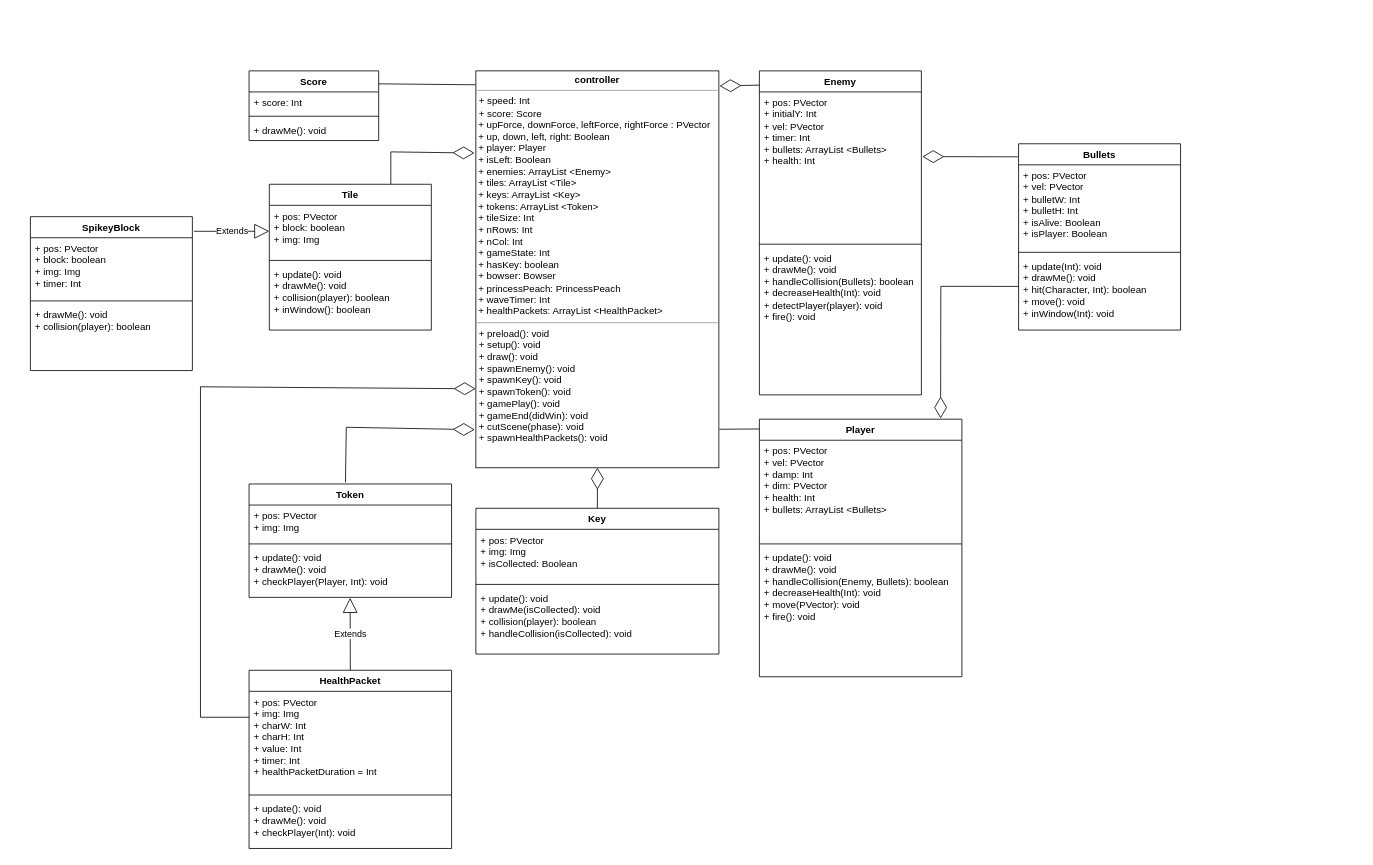
The draw.io diagram Untitled Diagram.drawio in harjotsk03/wireframeTest, before the edit. Source tidied: cells renumbered, new cells numbered last; positions are measured from the earlier drawing's top-left corner, leaving out a move shared by most shapes. Both pictures are drawn from the tidied source at 81%, with x=0, y=0 at pixel (30, 70).
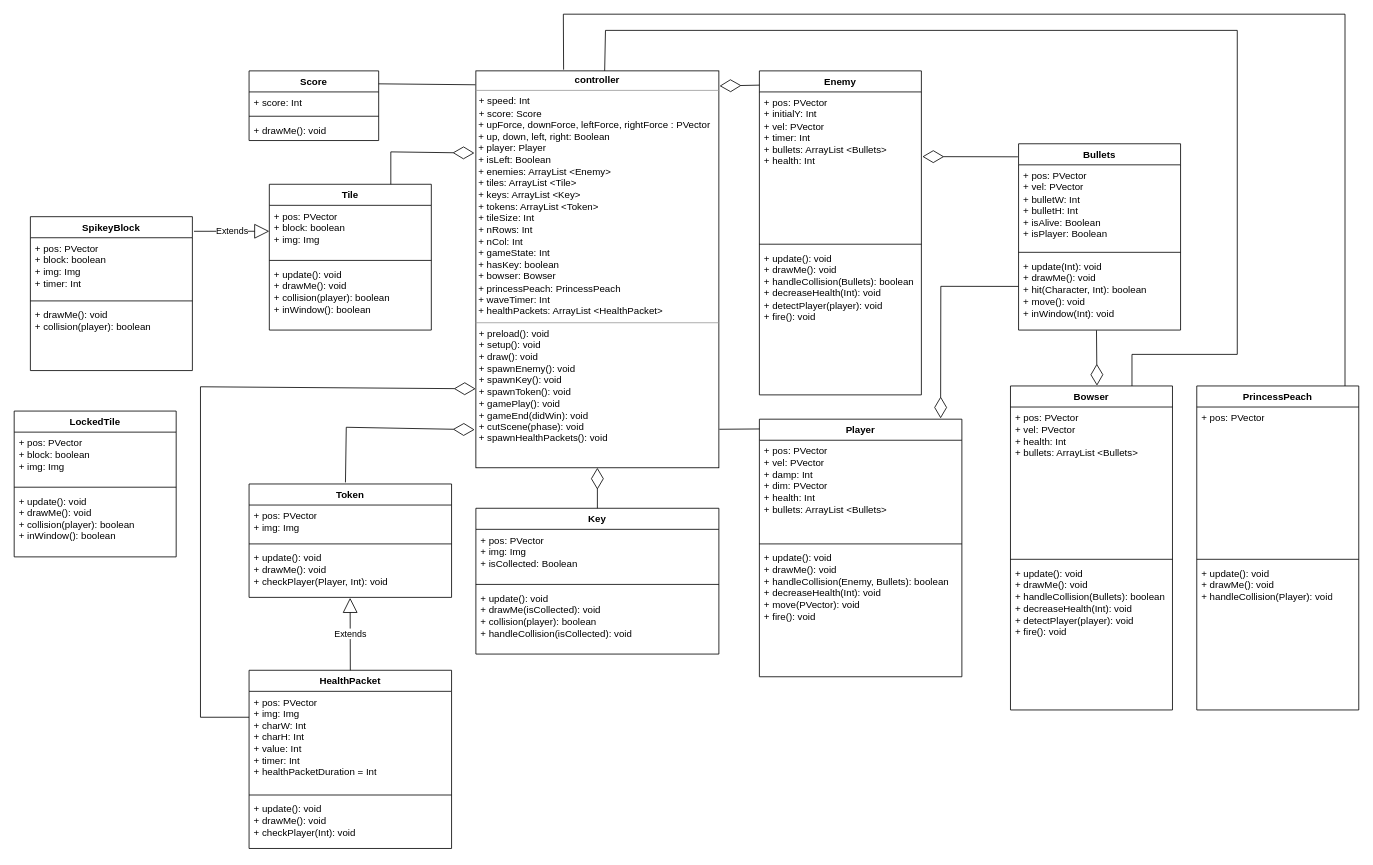
After the change.

Commit message:
First Finished Draft UML Game Two

Unchanged cells that the change refers to:
```xml
<mxCell id="2" value="&lt;p style=&quot;margin:0px;margin-top:4px;text-align:center;&quot;&gt;&lt;b&gt;controller&lt;/b&gt;&lt;/p&gt;&lt;hr size=&quot;1&quot;&gt;&lt;p style=&quot;margin:0px;margin-left:4px;&quot;&gt;+ speed: Int&lt;br&gt;+ score: Score&lt;/p&gt;&amp;nbsp;+ upForce, downForce, leftForce, rightForce : PVector&lt;div&gt;&amp;nbsp;+ up, down, left, right: Boolean&lt;/div&gt;&lt;div&gt;&amp;nbsp;+ player: Player&lt;/div&gt;&lt;div&gt;&amp;nbsp;+ isLeft: Boolean&lt;/div&gt;&lt;div&gt;&amp;nbsp;&lt;span style=&quot;background-color: initial;&quot;&gt;+ enemies: ArrayList &amp;lt;Enemy&amp;gt;&lt;/span&gt;&lt;/div&gt;&lt;div&gt;&amp;nbsp;+ tiles: ArrayList &amp;lt;Tile&amp;gt;&lt;span style=&quot;background-color: initial;&quot;&gt;&lt;br&gt;&lt;/span&gt;&lt;/div&gt;&lt;div&gt;&amp;nbsp;+ keys: ArrayList &amp;lt;Key&amp;gt;&lt;br&gt;&lt;/div&gt;&lt;div&gt;&amp;nbsp;+ tokens: ArrayList &amp;lt;Token&amp;gt;&lt;/div&gt;&lt;div&gt;&amp;nbsp;+ tileSize: Int&lt;br&gt;&lt;/div&gt;&lt;div&gt;&amp;nbsp;+ nRows: Int&lt;/div&gt;&lt;div&gt;&amp;nbsp;+ nCol: Int&lt;/div&gt;&lt;div&gt;&amp;nbsp;+ gameState: Int&lt;/div&gt;&lt;div&gt;&amp;nbsp;+ hasKey: boolean&lt;/div&gt;&lt;div&gt;&amp;nbsp;+ bowser: Bowser&lt;/div&gt;&lt;div&gt;&amp;nbsp;+ princessPeach: PrincessPeach&lt;/div&gt;&lt;div&gt;&amp;nbsp;+ waveTimer: Int&lt;/div&gt;&lt;div&gt;&amp;nbsp;+ healthPackets: ArrayList &amp;lt;HealthPacket&amp;gt;&lt;/div&gt;&lt;div&gt;&lt;hr size=&quot;1&quot;&gt;&lt;p style=&quot;margin:0px;margin-left:4px;&quot;&gt;+ preload(): void&lt;/p&gt;&lt;p style=&quot;margin:0px;margin-left:4px;&quot;&gt;+ setup(): void&lt;/p&gt;&lt;p style=&quot;margin:0px;margin-left:4px;&quot;&gt;+ draw(): void&lt;/p&gt;&lt;p style=&quot;margin:0px;margin-left:4px;&quot;&gt;+ spawnEnemy(): void&lt;/p&gt;&lt;p style=&quot;margin:0px;margin-left:4px;&quot;&gt;+ spawnKey(): void&lt;/p&gt;&lt;p style=&quot;margin:0px;margin-left:4px;&quot;&gt;+ spawnToken(): void&lt;/p&gt;&lt;p style=&quot;margin:0px;margin-left:4px;&quot;&gt;+ gamePlay(): void&lt;/p&gt;&lt;p style=&quot;margin:0px;margin-left:4px;&quot;&gt;+ gameEnd(didWin): void&lt;/p&gt;&lt;p style=&quot;margin:0px;margin-left:4px;&quot;&gt;+ cutScene(phase): void&lt;/p&gt;&lt;p style=&quot;margin:0px;margin-left:4px;&quot;&gt;+ spawnHealthPackets(): void&lt;/p&gt;&lt;/div&gt;" style="verticalAlign=top;align=left;overflow=fill;fontSize=12;fontFamily=Helvetica;html=1;rounded=0;shadow=0;comic=0;labelBackgroundColor=none;strokeWidth=1;" parent="1" vertex="1">
  <mxGeometry x="550" width="300" height="490" as="geometry" />
</mxCell>
<mxCell id="41" value="+ update(Int): void&lt;div&gt;+ drawMe(): void&lt;/div&gt;&lt;div&gt;+ hit(Character, Int): boolean&lt;/div&gt;&lt;div&gt;+ move(): void&lt;/div&gt;&lt;div&gt;+ inWindow(Int): void&lt;/div&gt;" style="text;strokeColor=none;fillColor=none;align=left;verticalAlign=top;spacingLeft=4;spacingRight=4;overflow=hidden;points=[[0,0.5],[1,0.5]];portConstraint=eastwest;whiteSpace=wrap;html=1;" parent="38" vertex="1">
  <mxGeometry y="138" width="200" height="92" as="geometry" />
</mxCell>
```

The edit, as a diff of the source:
```diff
@@
+    <mxCell id="50" value="Bowser" style="swimlane;fontStyle=1;align=center;verticalAlign=top;horizontal=1;startSize=26;whiteSpace=wrap;html=1;" parent="1" vertex="1">
+      <mxGeometry x="1210" y="389" width="200" height="400" as="geometry" />
+    </mxCell>
+    <mxCell id="51" value="+ pos: PVector&lt;div&gt;&lt;span style=&quot;background-color: initial;&quot;&gt;+ vel: PVector&lt;/span&gt;&lt;br&gt;&lt;/div&gt;&lt;div&gt;&lt;span style=&quot;background-color: initial;&quot;&gt;+ health: Int&lt;/span&gt;&lt;br&gt;&lt;/div&gt;&lt;div&gt;&lt;span style=&quot;background-color: initial;&quot;&gt;+ bullets: ArrayList &amp;lt;Bullets&amp;gt;&lt;/span&gt;&lt;/div&gt;" style="text;strokeColor=none;fillColor=none;align=left;verticalAlign=top;spacingLeft=4;spacingRight=4;overflow=hidden;whiteSpace=wrap;html=1;" parent="50" vertex="1">
+      <mxGeometry y="26" width="200" height="184" as="geometry" />
+    </mxCell>
+    <mxCell id="52" style="line;strokeWidth=1;fillColor=none;align=left;verticalAlign=middle;spacingTop=-1;spacingLeft=3;spacingRight=3;labelPosition=right;strokeColor=inherit;" parent="50" vertex="1">
+      <mxGeometry y="210" width="200" height="8" as="geometry" />
+    </mxCell>
+    <mxCell id="53" value="+ update(): void&lt;div&gt;+ drawMe(): void&lt;/div&gt;&lt;div&gt;+ handleCollision(Bullets): boolean&lt;/div&gt;&lt;div&gt;+ decreaseHealth(Int): void&lt;/div&gt;&lt;div&gt;+ detectPlayer(player): void&lt;/div&gt;&lt;div&gt;+ fire(): void&lt;/div&gt;" style="text;strokeColor=none;fillColor=none;align=left;verticalAlign=top;spacingLeft=4;spacingRight=4;overflow=hidden;whiteSpace=wrap;html=1;" parent="50" vertex="1">
+      <mxGeometry y="218" width="200" height="182" as="geometry" />
+    </mxCell>
+    <mxCell id="54" value="PrincessPeach" style="swimlane;fontStyle=1;align=center;verticalAlign=top;horizontal=1;startSize=26;whiteSpace=wrap;html=1;" parent="1" vertex="1">
+      <mxGeometry x="1440" y="389" width="200" height="400" as="geometry" />
+    </mxCell>
+    <mxCell id="55" value="+ pos: PVector&lt;div&gt;&lt;br&gt;&lt;/div&gt;" style="text;strokeColor=none;fillColor=none;align=left;verticalAlign=top;spacingLeft=4;spacingRight=4;overflow=hidden;whiteSpace=wrap;html=1;" parent="54" vertex="1">
+      <mxGeometry y="26" width="200" height="184" as="geometry" />
+    </mxCell>
+    <mxCell id="56" style="line;strokeWidth=1;fillColor=none;align=left;verticalAlign=middle;spacingTop=-1;spacingLeft=3;spacingRight=3;labelPosition=right;strokeColor=inherit;" parent="54" vertex="1">
+      <mxGeometry y="210" width="200" height="8" as="geometry" />
+    </mxCell>
+    <mxCell id="57" value="+ update(): void&lt;div&gt;+ drawMe(): void&lt;/div&gt;&lt;div&gt;+ handleCollision(Player): void&lt;/div&gt;" style="text;strokeColor=none;fillColor=none;align=left;verticalAlign=top;spacingLeft=4;spacingRight=4;overflow=hidden;whiteSpace=wrap;html=1;" parent="54" vertex="1">
+      <mxGeometry y="218" width="200" height="182" as="geometry" />
+    </mxCell>
+    <mxCell id="58" style="endArrow=diamondThin;endFill=0;endSize=24;html=1;rounded=0;exitX=0.481;exitY=1.004;exitDx=0;exitDy=0;exitPerimeter=0;entryX=0.534;entryY=-0.001;entryDx=0;entryDy=0;entryPerimeter=0;" parent="1" edge="1" source="41" target="50">
+      <mxGeometry relative="1" as="geometry" />
+    </mxCell>
+    <mxCell id="59" style="endArrow=none;html=1;rounded=0;exitX=0.361;exitY=-0.003;exitDx=0;exitDy=0;exitPerimeter=0;entryX=0.915;entryY=0;entryDx=0;entryDy=0;entryPerimeter=0;" parent="1" edge="1" source="2" target="54">
+      <mxGeometry relative="1" as="geometry">
+        <Array as="points">
+          <mxPoint x="658" y="-70" />
+          <mxPoint x="1623" y="-70" />
+        </Array>
+      </mxGeometry>
+    </mxCell>
+    <mxCell id="60" style="endArrow=none;html=1;rounded=0;exitX=0.75;exitY=0;exitDx=0;exitDy=0;entryX=0.53;entryY=0;entryDx=0;entryDy=0;entryPerimeter=0;" parent="1" edge="1" source="50" target="2">
+      <mxGeometry relative="1" as="geometry">
+        <Array as="points">
+          <mxPoint x="1360" y="350" />
+          <mxPoint x="1490" y="350" />
+          <mxPoint x="1490" y="-50" />
+          <mxPoint x="710" y="-50" />
+        </Array>
+      </mxGeometry>
+    </mxCell>
+    <mxCell id="61" value="LockedTile" style="swimlane;fontStyle=1;align=center;verticalAlign=top;horizontal=1;startSize=26;whiteSpace=wrap;html=1;" parent="1" vertex="1">
+      <mxGeometry x="-20" y="420" width="200" height="180" as="geometry" />
+    </mxCell>
+    <mxCell id="62" value="+ pos: PVector&lt;div&gt;+ block: boolean&lt;/div&gt;&lt;div&gt;+ img: Img&lt;/div&gt;" style="text;strokeColor=none;fillColor=none;align=left;verticalAlign=top;spacingLeft=4;spacingRight=4;overflow=hidden;whiteSpace=wrap;html=1;" parent="61" vertex="1">
+      <mxGeometry y="26" width="200" height="64" as="geometry" />
+    </mxCell>
+    <mxCell id="63" style="line;strokeWidth=1;fillColor=none;align=left;verticalAlign=middle;spacingTop=-1;spacingLeft=3;spacingRight=3;labelPosition=right;strokeColor=inherit;" parent="61" vertex="1">
+      <mxGeometry y="90" width="200" height="8" as="geometry" />
+    </mxCell>
+    <mxCell id="64" value="+ update(): void&lt;div&gt;+ drawMe(): void&lt;/div&gt;&lt;div&gt;+ collision(player): boolean&lt;/div&gt;&lt;div&gt;+ inWindow(): boolean&lt;/div&gt;" style="text;strokeColor=none;fillColor=none;align=left;verticalAlign=top;spacingLeft=4;spacingRight=4;overflow=hidden;whiteSpace=wrap;html=1;" parent="61" vertex="1">
+      <mxGeometry y="98" width="200" height="82" as="geometry" />
+    </mxCell>
```
